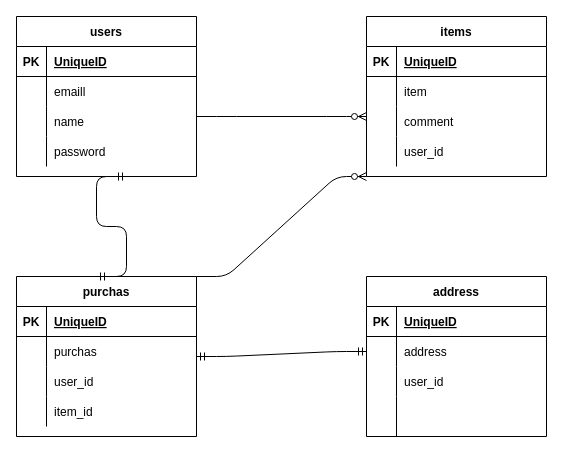
Above: bin/furima-33464.dio in nagatomi-keiichi/furima-33464 (draw.io), before the change. Source tidied: cells renumbered, new cells numbered last; positions are measured from the earlier drawing's top-left corner, leaving out a move shared by most shapes. Both pictures are drawn from the tidied source at 100%, with x=0, y=0 at pixel (16, 16).
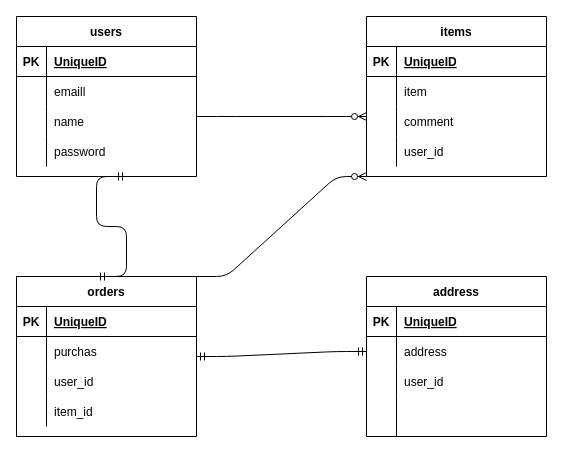
The same diagram, later.

Commit message (it also covers changes not shown here):
データベースの設計　修正３

Diff of the diagram source:
```diff
@@
-    <mxCell id="28" value="purchas" style="shape=table;startSize=30;childLayout=tableLayout;rowLines=0;fontStyle=1;align=center;" parent="1" vertex="1">
+    <mxCell id="28" value="orders" style="shape=table;startSize=30;childLayout=tableLayout;rowLines=0;fontStyle=1;align=center;" parent="1" vertex="1">
       <mxGeometry y="260" width="180" height="160" as="geometry" />
     </mxCell>
```
